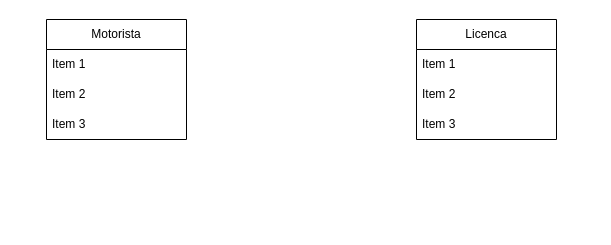
Before: BancoDados1/diagramas/Diagrama sem nome.drawio in jhosephethierry/cursopython, a draw.io diagram. Source tidied: cells renumbered, new cells numbered last; positions are measured from the earlier drawing's top-left corner, leaving out a move shared by most shapes. Both pictures are drawn from the tidied source at 100%, with x=0, y=0 at pixel (46, 19).
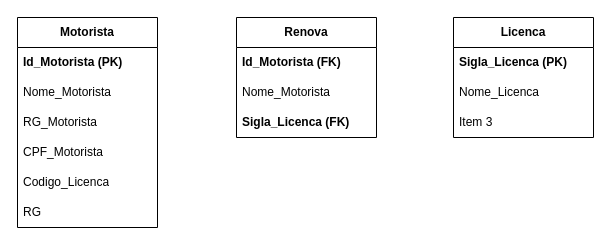
After the change.

Diff of the diagram source:
```diff
@@
 <mxGraphModel>
   <root>
     <mxCell id="0" />
     <mxCell id="1" parent="0" />
-    <mxCell id="2" value="Motorista" style="swimlane;fontStyle=0;horizontal=1;startSize=30;whiteSpace=wrap;html=1;" parent="1" vertex="1">
-      <mxGeometry width="140" height="120" as="geometry" />
+    <mxCell id="2" value="&lt;b&gt;Motorista&lt;/b&gt;" style="swimlane;fontStyle=0;horizontal=1;startSize=30;whiteSpace=wrap;html=1;" parent="1" vertex="1">
+      <mxGeometry x="-29" y="-2" width="140" height="210" as="geometry" />
     </mxCell>
-    <mxCell id="3" value="Item 1" style="text;strokeColor=none;fillColor=none;align=left;verticalAlign=middle;spacingLeft=4;spacingRight=4;overflow=hidden;whiteSpace=wrap;html=1;" parent="2" vertex="1">
+    <mxCell id="3" value="&lt;b&gt;Id_Motorista (PK)&lt;/b&gt;" style="text;strokeColor=none;fillColor=none;align=left;verticalAlign=middle;spacingLeft=4;spacingRight=4;overflow=hidden;whiteSpace=wrap;html=1;" parent="2" vertex="1">
       <mxGeometry y="30" width="140" height="30" as="geometry" />
     </mxCell>
-    <mxCell id="4" value="Item 2" style="text;strokeColor=none;fillColor=none;align=left;verticalAlign=middle;spacingLeft=4;spacingRight=4;overflow=hidden;whiteSpace=wrap;html=1;" parent="2" vertex="1">
+    <mxCell id="4" value="Nome_Motorista" style="text;strokeColor=none;fillColor=none;align=left;verticalAlign=middle;spacingLeft=4;spacingRight=4;overflow=hidden;whiteSpace=wrap;html=1;" parent="2" vertex="1">
       <mxGeometry y="60" width="140" height="30" as="geometry" />
     </mxCell>
-    <mxCell id="5" value="Item 3" style="text;strokeColor=none;fillColor=none;align=left;verticalAlign=middle;spacingLeft=4;spacingRight=4;overflow=hidden;whiteSpace=wrap;html=1;" parent="2" vertex="1">
+    <mxCell id="5" value="&lt;div&gt;RG_Motorista&lt;/div&gt;" style="text;strokeColor=none;fillColor=none;align=left;verticalAlign=middle;spacingLeft=4;spacingRight=4;overflow=hidden;whiteSpace=wrap;html=1;" parent="2" vertex="1">
       <mxGeometry y="90" width="140" height="30" as="geometry" />
     </mxCell>
+    <mxCell id="10" value="CPF_Motorista" style="text;strokeColor=none;fillColor=none;align=left;verticalAlign=middle;spacingLeft=4;spacingRight=4;overflow=hidden;whiteSpace=wrap;html=1;" parent="2" vertex="1">
+      <mxGeometry y="120" width="140" height="30" as="geometry" />
+    </mxCell>
+    <mxCell id="11" value="Codigo_Licenca" style="text;strokeColor=none;fillColor=none;align=left;verticalAlign=middle;spacingLeft=4;spacingRight=4;overflow=hidden;whiteSpace=wrap;html=1;" parent="2" vertex="1">
+      <mxGeometry y="150" width="140" height="30" as="geometry" />
+    </mxCell>
+    <mxCell id="12" value="&lt;div&gt;RG&lt;/div&gt;" style="text;strokeColor=none;fillColor=none;align=left;verticalAlign=middle;spacingLeft=4;spacingRight=4;overflow=hidden;whiteSpace=wrap;html=1;" parent="2" vertex="1">
+      <mxGeometry y="180" width="140" height="30" as="geometry" />
+    </mxCell>
-    <mxCell id="6" value="Licenca" style="swimlane;fontStyle=0;horizontal=1;startSize=30;whiteSpace=wrap;html=1;" parent="1" vertex="1">
-      <mxGeometry x="370" width="140" height="120" as="geometry" />
+    <mxCell id="6" value="&lt;b&gt;Licenca&lt;/b&gt;" style="swimlane;fontStyle=0;horizontal=1;startSize=30;whiteSpace=wrap;html=1;" parent="1" vertex="1">
+      <mxGeometry x="407" y="-2" width="140" height="120" as="geometry" />
     </mxCell>
-    <mxCell id="7" value="Item 1" style="text;strokeColor=none;fillColor=none;align=left;verticalAlign=middle;spacingLeft=4;spacingRight=4;overflow=hidden;whiteSpace=wrap;html=1;" parent="6" vertex="1">
+    <mxCell id="7" value="&lt;b&gt;Sigla_Licenca (PK)&lt;/b&gt;" style="text;strokeColor=none;fillColor=none;align=left;verticalAlign=middle;spacingLeft=4;spacingRight=4;overflow=hidden;whiteSpace=wrap;html=1;" parent="6" vertex="1">
       <mxGeometry y="30" width="140" height="30" as="geometry" />
     </mxCell>
-    <mxCell id="8" value="Item 2" style="text;strokeColor=none;fillColor=none;align=left;verticalAlign=middle;spacingLeft=4;spacingRight=4;overflow=hidden;whiteSpace=wrap;html=1;" parent="6" vertex="1">
+    <mxCell id="8" value="Nome_Licenca" style="text;strokeColor=none;fillColor=none;align=left;verticalAlign=middle;spacingLeft=4;spacingRight=4;overflow=hidden;whiteSpace=wrap;html=1;" parent="6" vertex="1">
       <mxGeometry y="60" width="140" height="30" as="geometry" />
     </mxCell>
     <mxCell id="9" value="Item 3" style="text;strokeColor=none;fillColor=none;align=left;verticalAlign=middle;spacingLeft=4;spacingRight=4;overflow=hidden;whiteSpace=wrap;html=1;" parent="6" vertex="1">
       <mxGeometry y="90" width="140" height="30" as="geometry" />
     </mxCell>
+    <mxCell id="13" value="&lt;b&gt;Renova&lt;/b&gt;" style="swimlane;fontStyle=0;horizontal=1;startSize=30;whiteSpace=wrap;html=1;" parent="1" vertex="1">
+      <mxGeometry x="190" y="-2" width="140" height="120" as="geometry" />
+    </mxCell>
+    <mxCell id="14" value="&lt;b&gt;Id_Motorista (FK)&lt;/b&gt;" style="text;strokeColor=none;fillColor=none;align=left;verticalAlign=middle;spacingLeft=4;spacingRight=4;overflow=hidden;whiteSpace=wrap;html=1;" parent="13" vertex="1">
+      <mxGeometry y="30" width="140" height="30" as="geometry" />
+    </mxCell>
+    <mxCell id="15" value="Nome_Motorista" style="text;strokeColor=none;fillColor=none;align=left;verticalAlign=middle;spacingLeft=4;spacingRight=4;overflow=hidden;whiteSpace=wrap;html=1;" parent="13" vertex="1">
+      <mxGeometry y="60" width="140" height="30" as="geometry" />
+    </mxCell>
+    <mxCell id="16" value="&lt;b&gt;Sigla_Licenca (FK)&lt;/b&gt;" style="text;strokeColor=none;fillColor=none;align=left;verticalAlign=middle;spacingLeft=4;spacingRight=4;overflow=hidden;whiteSpace=wrap;html=1;" parent="13" vertex="1">
+      <mxGeometry y="90" width="140" height="30" as="geometry" />
+    </mxCell>
   </root>
 </mxGraphModel>
```
